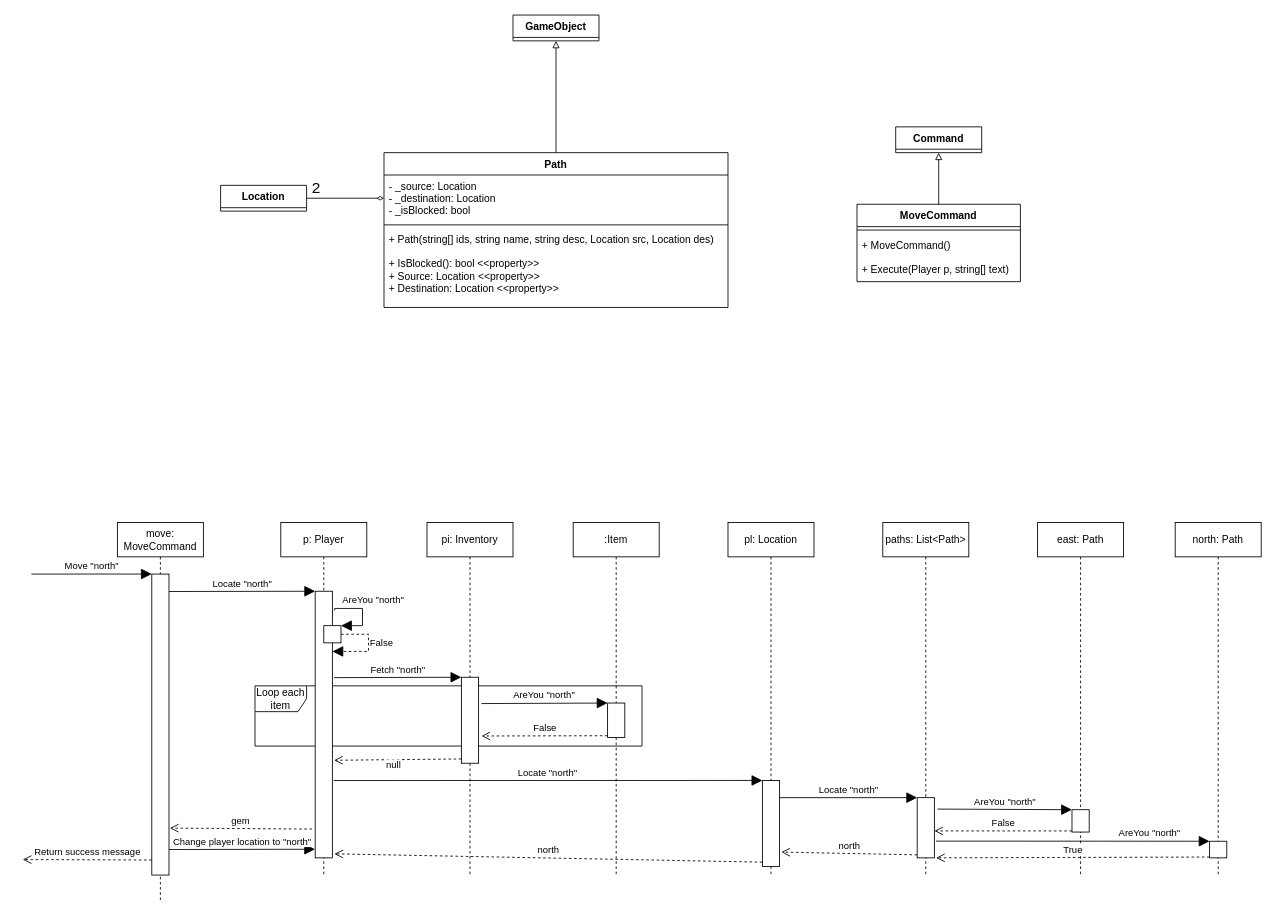
Above: Week_9/9.2/UML.drawio in minhan6559/COS20007-OOP (draw.io), before the change. Source tidied: cells renumbered, new cells numbered last; positions are measured from the earlier drawing's top-left corner, leaving out a move shared by most shapes. Both pictures are drawn from the tidied source at 86%, with x=0, y=0 at pixel (22, 15).
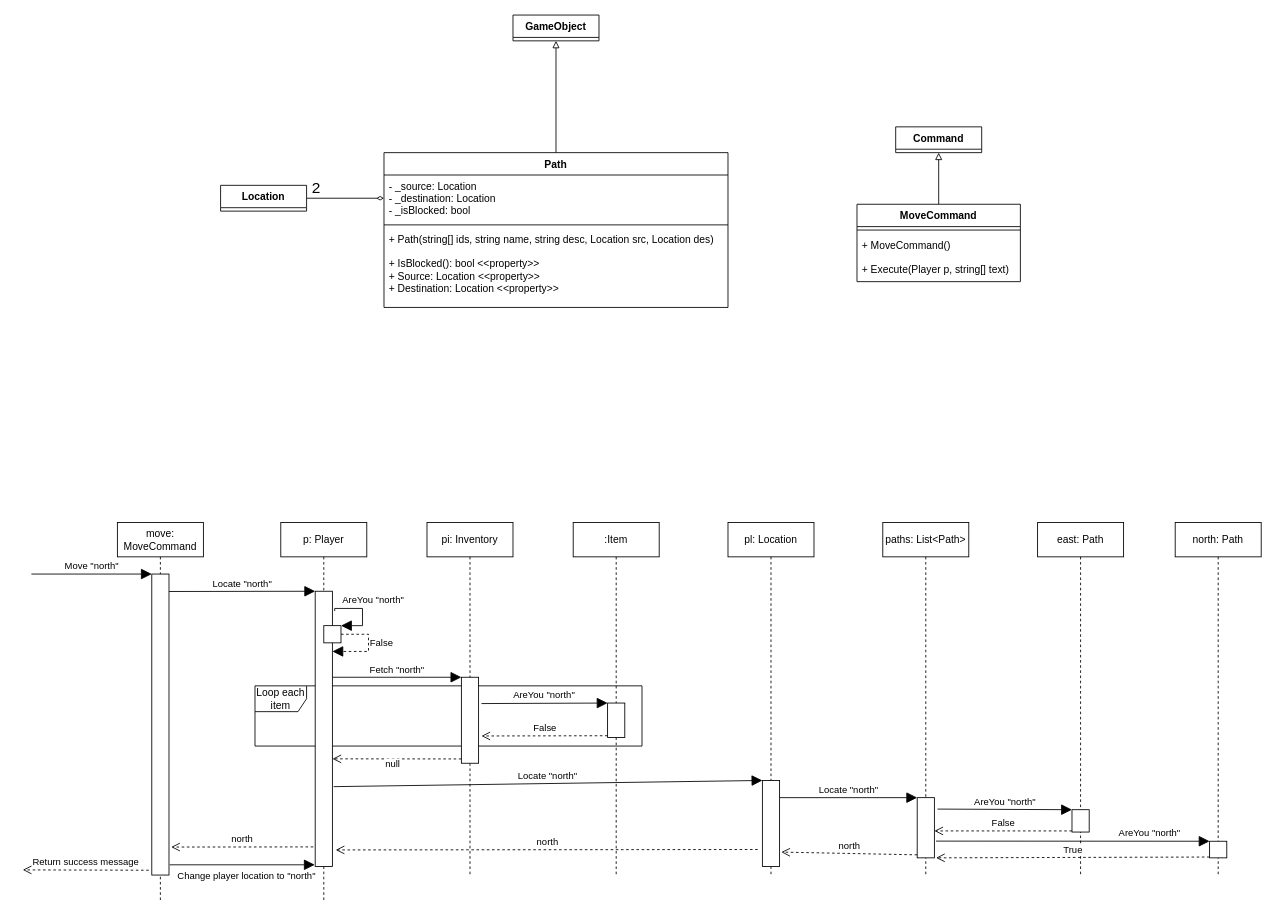
After the change.

The change refers to these unchanged cells:
```xml
<mxCell id="23" style="html=1;points=[];perimeter=orthogonalPerimeter;" parent="22" vertex="1">
  <mxGeometry x="40" y="180" width="20" height="100" as="geometry" />
</mxCell>
<mxCell id="27" style="html=1;points=[];perimeter=orthogonalPerimeter;" parent="26" vertex="1">
  <mxGeometry x="40" y="300" width="20" height="100" as="geometry" />
</mxCell>
<mxCell id="42" value="move: MoveCommand" style="shape=umlLifeline;perimeter=lifelinePerimeter;whiteSpace=wrap;html=1;" parent="1" vertex="1">
  <mxGeometry x="110" y="590" width="100" height="440" as="geometry" />
</mxCell>
<mxCell id="43" style="html=1;points=[];perimeter=orthogonalPerimeter;" parent="42" vertex="1">
  <mxGeometry x="40" y="60" width="20" height="350" as="geometry" />
</mxCell>
```

Diff of the diagram source:
```diff
@@
     <mxCell id="17" value="p: Player" style="shape=umlLifeline;perimeter=lifelinePerimeter;whiteSpace=wrap;html=1;" parent="1" vertex="1">
-      <mxGeometry x="300" y="590" width="100" height="410" as="geometry" />
+      <mxGeometry x="300" y="590" width="100" height="440" as="geometry" />
     </mxCell>
     <mxCell id="18" style="html=1;points=[];perimeter=orthogonalPerimeter;" parent="17" vertex="1">
-      <mxGeometry x="40" y="80" width="20" height="310" as="geometry" />
+      <mxGeometry x="40" y="80" width="20" height="320" as="geometry" />
     </mxCell>
@@
-    <mxCell id="32" value="Fetch &quot;north&quot;" style="html=1;verticalAlign=bottom;endArrow=block;entryX=0;entryY=0;endSize=10;exitX=1.1;exitY=0.324;exitDx=0;exitDy=0;exitPerimeter=0;" parent="1" edge="1" source="18" target="23">
-      <mxGeometry relative="1" as="geometry" />
+    <mxCell id="32" value="Fetch &quot;north&quot;" style="html=1;verticalAlign=bottom;endArrow=block;entryX=0;entryY=0;endSize=10;" parent="1" edge="1" target="23">
+      <mxGeometry relative="1" as="geometry">
+        <mxPoint x="360" y="770" as="sourcePoint" />
+      </mxGeometry>
     </mxCell>
-    <mxCell id="33" value="null" style="html=1;verticalAlign=bottom;endArrow=open;dashed=1;endSize=8;exitX=0;exitY=0.95;entryX=1.1;entryY=0.634;entryDx=0;entryDy=0;entryPerimeter=0;" parent="1" edge="1" source="23" target="18">
+    <mxCell id="33" value="null" style="html=1;verticalAlign=bottom;endArrow=open;dashed=1;endSize=8;exitX=0;exitY=0.95;entryX=1.006;entryY=0.609;entryDx=0;entryDy=0;entryPerimeter=0;" parent="1" edge="1" source="23" target="18">
       <mxGeometry x="0.07" y="15" relative="1" as="geometry" />
     </mxCell>
@@
-    <mxCell id="41" value="north" style="html=1;verticalAlign=bottom;endArrow=open;dashed=1;endSize=8;exitX=0;exitY=0.95;entryX=1.117;entryY=0.985;entryDx=0;entryDy=0;entryPerimeter=0;" parent="1" edge="1" source="27" target="18">
+    <mxCell id="41" value="north" style="html=1;verticalAlign=bottom;endArrow=open;dashed=1;endSize=8;exitX=-0.272;exitY=0.803;entryX=1.193;entryY=0.94;entryDx=0;entryDy=0;entryPerimeter=0;exitDx=0;exitDy=0;exitPerimeter=0;" parent="1" edge="1" source="27" target="18">
       <mxGeometry relative="1" as="geometry" />
     </mxCell>
@@
-    <mxCell id="45" value="Return success message" style="html=1;verticalAlign=bottom;endArrow=open;dashed=1;endSize=8;exitX=0;exitY=0.95;" parent="42" edge="1" source="43">
+    <mxCell id="45" value="Return success message" style="html=1;verticalAlign=bottom;endArrow=open;dashed=1;endSize=8;exitX=-0.176;exitY=0.984;exitDx=0;exitDy=0;exitPerimeter=0;" parent="42" edge="1" source="43">
       <mxGeometry relative="1" as="geometry">
-        <mxPoint x="-110" y="392" as="targetPoint" />
+        <mxPoint x="-110" y="404" as="targetPoint" />
       </mxGeometry>
     </mxCell>
@@
-    <mxCell id="51" value="gem" style="html=1;verticalAlign=bottom;endArrow=open;dashed=1;endSize=8;exitX=-0.183;exitY=0.892;entryX=1.05;entryY=0.844;entryDx=0;entryDy=0;entryPerimeter=0;exitDx=0;exitDy=0;exitPerimeter=0;" parent="1" edge="1" source="18" target="43">
+    <mxCell id="51" value="north" style="html=1;verticalAlign=bottom;endArrow=open;dashed=1;endSize=8;exitX=-0.111;exitY=0.929;entryX=1.128;entryY=0.907;entryDx=0;entryDy=0;entryPerimeter=0;exitDx=0;exitDy=0;exitPerimeter=0;" parent="1" edge="1" source="18" target="43">
       <mxGeometry relative="1" as="geometry" />
     </mxCell>
-    <mxCell id="52" value="Change player location to &quot;north&quot;" style="html=1;verticalAlign=bottom;endArrow=block;entryX=0;entryY=0;endSize=10;exitX=1.005;exitY=0.058;exitDx=0;exitDy=0;exitPerimeter=0;" parent="1" edge="1">
-      <mxGeometry relative="1" as="geometry">
-        <mxPoint x="170" y="970.3" as="sourcePoint" />
-        <mxPoint x="339.9" y="970" as="targetPoint" />
-      </mxGeometry>
+    <mxCell id="52" value="Change player location to &quot;north&quot;" style="html=1;verticalAlign=bottom;endArrow=block;entryX=-0.024;entryY=0.994;endSize=10;exitX=1.041;exitY=0.966;exitDx=0;exitDy=0;exitPerimeter=0;entryDx=0;entryDy=0;entryPerimeter=0;" parent="1" edge="1" source="43" target="18">
+      <mxGeometry x="0.06" y="-22" relative="1" as="geometry" />
     </mxCell>
```
